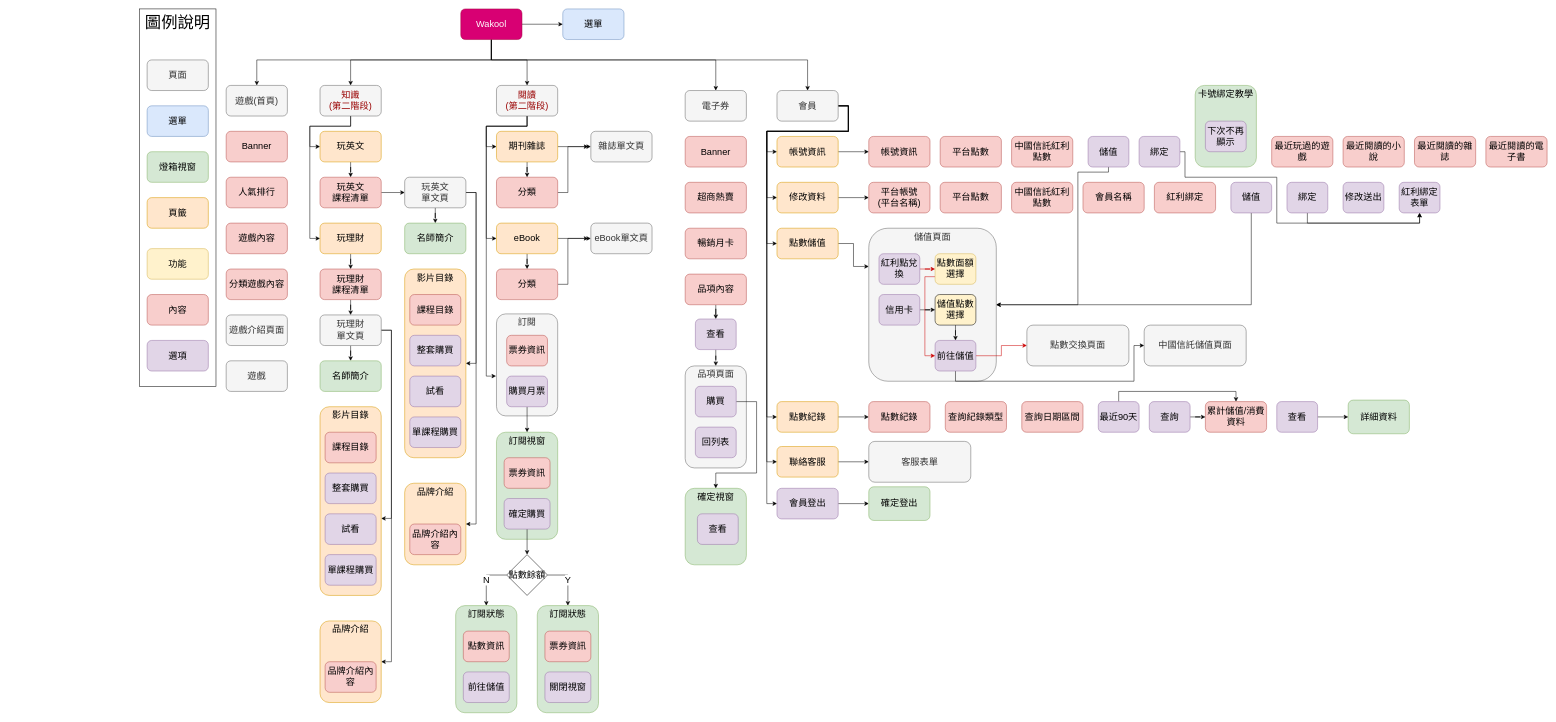
Earlier version of the draw.io diagram page "sitemap-1117" (3 of 3) of 亞太天天玩.drawio (Cadmus-design/Diagrams). Source tidied: cells renumbered, new cells numbered last; positions are measured from the earlier drawing's top-left corner, leaving out a move shared by most shapes. Both pictures are drawn from the tidied source at 51%, with x=0, y=0 at pixel (139, 9).
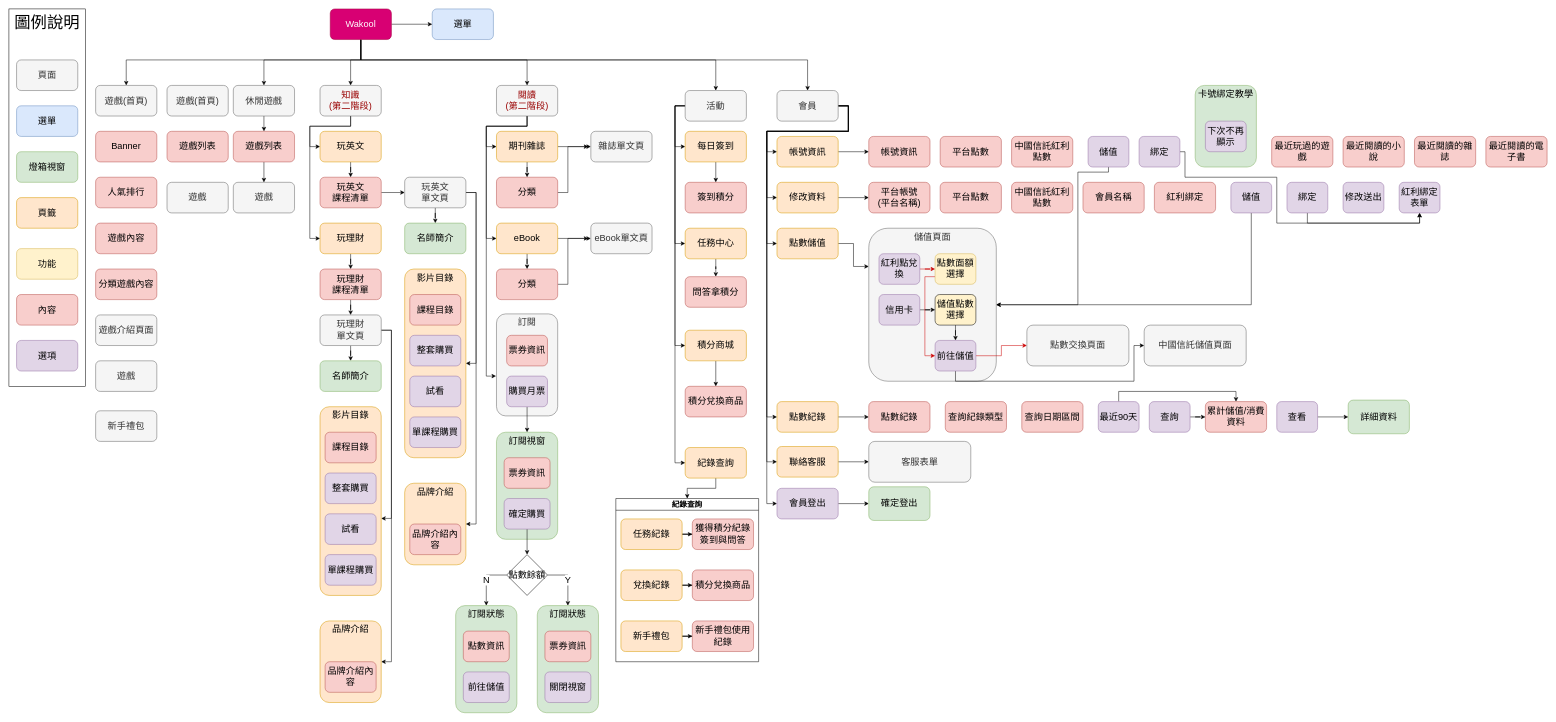
Above is the later version.

Unchanged cells that the change refers to:
```xml
<mxCell id="11" value="&lt;div&gt;知識&lt;/div&gt;&lt;div&gt;(第二階段)&lt;/div&gt;" style="rounded=1;whiteSpace=wrap;html=1;fillColor=#f5f5f5;strokeColor=#666666;fontSize=18;fontColor=#990000;" parent="1" vertex="1">
  <mxGeometry x="354" y="150" width="120" height="60" as="geometry" />
</mxCell>
<mxCell id="15" value="&lt;div&gt;閱讀&lt;/div&gt;&lt;div&gt;(第二階段)&lt;/div&gt;" style="rounded=1;whiteSpace=wrap;html=1;fillColor=#f5f5f5;strokeColor=#666666;fontSize=18;fontColor=#990000;" parent="1" vertex="1">
  <mxGeometry x="700" y="150" width="120" height="60" as="geometry" />
</mxCell>
<mxCell id="23" value="會員" style="rounded=1;whiteSpace=wrap;html=1;fillColor=#f5f5f5;strokeColor=#666666;fontSize=18;fontColor=#333333;" parent="1" vertex="1">
  <mxGeometry x="1250" y="160" width="120" height="60" as="geometry" />
</mxCell>
```

What changed in the source:
```diff
@@
     <mxCell id="2" value="圖例說明" style="rounded=0;whiteSpace=wrap;html=1;strokeColor=#000000;verticalAlign=top;fontSize=32;" parent="1" vertex="1">
-      <mxGeometry width="150" height="740" as="geometry" />
+      <mxGeometry x="-256" width="150" height="740" as="geometry" />
     </mxCell>
     <mxCell id="3" value="頁面" style="rounded=1;whiteSpace=wrap;html=1;fillColor=#f5f5f5;fontColor=#333333;strokeColor=#666666;fontSize=18;" parent="1" vertex="1">
-      <mxGeometry x="15" y="100" width="120" height="60" as="geometry" />
+      <mxGeometry x="-241" y="100" width="120" height="60" as="geometry" />
     </mxCell>
     <mxCell id="4" value="選單" style="rounded=1;whiteSpace=wrap;html=1;fillColor=#dae8fc;strokeColor=#6c8ebf;fontSize=18;" parent="1" vertex="1">
-      <mxGeometry x="830" width="120" height="60" as="geometry" />
+      <mxGeometry x="574" width="120" height="60" as="geometry" />
     </mxCell>
     <mxCell id="5" value="燈箱視窗" style="rounded=1;whiteSpace=wrap;html=1;fillColor=#d5e8d4;strokeColor=#82b366;fontSize=18;" parent="1" vertex="1">
-      <mxGeometry x="15" y="280" width="120" height="60" as="geometry" />
+      <mxGeometry x="-241" y="280" width="120" height="60" as="geometry" />
     </mxCell>
     <mxCell id="6" value="頁籤" style="rounded=1;whiteSpace=wrap;html=1;fillColor=#ffe6cc;strokeColor=#d79b00;fontSize=18;" parent="1" vertex="1">
-      <mxGeometry x="15" y="370" width="120" height="60" as="geometry" />
+      <mxGeometry x="-241" y="370" width="120" height="60" as="geometry" />
     </mxCell>
     <mxCell id="7" value="功能" style="rounded=1;whiteSpace=wrap;html=1;fillColor=#fff2cc;strokeColor=#d6b656;fontSize=18;" parent="1" vertex="1">
-      <mxGeometry x="15" y="470" width="120" height="60" as="geometry" />
+      <mxGeometry x="-241" y="470" width="120" height="60" as="geometry" />
     </mxCell>
     <mxCell id="8" value="遊戲(首頁)" style="rounded=1;whiteSpace=wrap;html=1;fillColor=#f5f5f5;strokeColor=#666666;fontSize=18;fontColor=#333333;" parent="1" vertex="1">
-      <mxGeometry x="170" y="150" width="120" height="60" as="geometry" />
+      <mxGeometry x="-86" y="150" width="120" height="60" as="geometry" />
     </mxCell>
@@
+    <mxCell id="180" style="edgeStyle=orthogonalEdgeStyle;rounded=0;jettySize=auto;html=1;exitX=0;exitY=0.5;exitDx=0;exitDy=0;entryX=0;entryY=0.5;entryDx=0;entryDy=0;" parent="1" edge="1" source="16" target="189">
+      <mxGeometry relative="1" as="geometry" />
+    </mxCell>
+    <mxCell id="181" style="edgeStyle=orthogonalEdgeStyle;rounded=0;jettySize=auto;html=1;exitX=0;exitY=0.5;exitDx=0;exitDy=0;entryX=0;entryY=0.5;entryDx=0;entryDy=0;" parent="1" edge="1" source="16" target="191">
+      <mxGeometry relative="1" as="geometry" />
+    </mxCell>
+    <mxCell id="182" style="edgeStyle=orthogonalEdgeStyle;rounded=0;jettySize=auto;html=1;exitX=0;exitY=0.5;exitDx=0;exitDy=0;entryX=0;entryY=0.5;entryDx=0;entryDy=0;" parent="1" edge="1" source="16" target="193">
+      <mxGeometry relative="1" as="geometry" />
+    </mxCell>
+    <mxCell id="183" style="edgeStyle=orthogonalEdgeStyle;rounded=0;jettySize=auto;html=1;exitX=0;exitY=0.5;exitDx=0;exitDy=0;entryX=0;entryY=0.5;entryDx=0;entryDy=0;fontSize=15;" parent="1" edge="1" source="16" target="197">
+      <mxGeometry relative="1" as="geometry" />
+    </mxCell>
-    <mxCell id="16" value="電子券" style="rounded=1;whiteSpace=wrap;html=1;fillColor=#f5f5f5;strokeColor=#666666;fontSize=18;fontColor=#333333;" parent="1" vertex="1">
+    <mxCell id="16" value="活動" style="rounded=1;whiteSpace=wrap;html=1;fillColor=#f5f5f5;strokeColor=#666666;fontSize=18;fontColor=#333333;" parent="1" vertex="1">
       <mxGeometry x="1070" y="160" width="120" height="60" as="geometry" />
     </mxCell>
@@
     <mxCell id="24" style="edgeStyle=orthogonalEdgeStyle;rounded=0;jettySize=auto;html=1;exitX=0.5;exitY=1;exitDx=0;exitDy=0;fontSize=18;" parent="1" edge="1" source="30" target="8">
       <mxGeometry relative="1" as="geometry">
         <Array as="points">
-          <mxPoint x="690" y="100" />
-          <mxPoint x="230" y="100" />
+          <mxPoint x="434" y="100" />
+          <mxPoint x="-26" y="100" />
         </Array>
       </mxGeometry>
     </mxCell>
-    <mxCell id="25" style="edgeStyle=orthogonalEdgeStyle;rounded=0;jettySize=auto;html=1;exitX=0.5;exitY=1;exitDx=0;exitDy=0;fontSize=18;" parent="1" edge="1" source="30" target="11">
+    <mxCell id="25" style="edgeStyle=orthogonalEdgeStyle;rounded=0;jettySize=auto;html=1;exitX=0.5;exitY=1;exitDx=0;exitDy=0;fontSize=18;entryX=0.5;entryY=0;entryDx=0;entryDy=0;" parent="1" edge="1" source="30" target="11">
       <mxGeometry relative="1" as="geometry">
         <Array as="points">
-          <mxPoint x="690" y="100" />
+          <mxPoint x="434" y="100" />
           <mxPoint x="414" y="100" />
         </Array>
       </mxGeometry>
     </mxCell>
     <mxCell id="26" style="edgeStyle=orthogonalEdgeStyle;rounded=0;jettySize=auto;html=1;exitX=0.5;exitY=1;exitDx=0;exitDy=0;fontSize=18;" parent="1" edge="1" source="30" target="15">
       <mxGeometry relative="1" as="geometry">
         <Array as="points">
-          <mxPoint x="690" y="100" />
+          <mxPoint x="434" y="100" />
           <mxPoint x="760" y="100" />
         </Array>
       </mxGeometry>
     </mxCell>
     <mxCell id="27" style="edgeStyle=orthogonalEdgeStyle;rounded=0;jettySize=auto;html=1;exitX=0.5;exitY=1;exitDx=0;exitDy=0;entryX=0.5;entryY=0;entryDx=0;entryDy=0;fontSize=18;" parent="1" edge="1" source="30" target="16">
       <mxGeometry relative="1" as="geometry">
         <Array as="points">
-          <mxPoint x="690" y="100" />
+          <mxPoint x="434" y="100" />
           <mxPoint x="1130" y="100" />
         </Array>
       </mxGeometry>
     </mxCell>
     <mxCell id="28" style="edgeStyle=orthogonalEdgeStyle;rounded=0;jettySize=auto;html=1;exitX=0.5;exitY=1;exitDx=0;exitDy=0;fontSize=18;" parent="1" edge="1" source="30" target="23">
       <mxGeometry relative="1" as="geometry">
         <Array as="points">
-          <mxPoint x="690" y="100" />
+          <mxPoint x="434" y="100" />
           <mxPoint x="1310" y="100" />
         </Array>
       </mxGeometry>
     </mxCell>
@@
+    <mxCell id="184" style="edgeStyle=orthogonalEdgeStyle;rounded=0;jettySize=auto;html=1;exitX=0.5;exitY=1;exitDx=0;exitDy=0;entryX=0.5;entryY=0;entryDx=0;entryDy=0;" parent="1" edge="1" source="30" target="186">
+      <mxGeometry relative="1" as="geometry">
+        <Array as="points">
+          <mxPoint x="434" y="100" />
+          <mxPoint x="244" y="100" />
+        </Array>
+      </mxGeometry>
+    </mxCell>
     <mxCell id="30" value="Wakool" style="rounded=1;whiteSpace=wrap;html=1;fillColor=#d80073;fontColor=#ffffff;strokeColor=#A50040;fontSize=18;" parent="1" vertex="1">
-      <mxGeometry x="630" width="120" height="60" as="geometry" />
+      <mxGeometry x="374" width="120" height="60" as="geometry" />
     </mxCell>
     <mxCell id="31" value="內容" style="rounded=1;whiteSpace=wrap;html=1;fillColor=#f8cecc;strokeColor=#b85450;fontSize=18;" parent="1" vertex="1">
-      <mxGeometry x="15" y="560" width="120" height="60" as="geometry" />
+      <mxGeometry x="-241" y="560" width="120" height="60" as="geometry" />
     </mxCell>
     <mxCell id="32" value="選項" style="rounded=1;whiteSpace=wrap;html=1;fillColor=#e1d5e7;strokeColor=#9673a6;fontSize=18;" parent="1" vertex="1">
-      <mxGeometry x="15" y="650" width="120" height="60" as="geometry" />
+      <mxGeometry x="-241" y="650" width="120" height="60" as="geometry" />
     </mxCell>
@@
     <mxCell id="67" style="group;" parent="1" vertex="1">
-      <mxGeometry x="170" y="240" width="120" height="330" as="geometry" />
+      <mxGeometry x="-86" y="240" width="120" height="330" as="geometry" />
     </mxCell>
@@
-    <mxCell id="101" value="Banner" style="rounded=1;whiteSpace=wrap;html=1;fillColor=#f8cecc;strokeColor=#b85450;fontSize=18;" parent="1" vertex="1">
-      <mxGeometry x="1070" y="250" width="120" height="60" as="geometry" />
-    </mxCell>
-    <mxCell id="102" value="超商熱賣" style="rounded=1;whiteSpace=wrap;html=1;fillColor=#f8cecc;strokeColor=#b85450;fontSize=18;" parent="1" vertex="1">
-      <mxGeometry x="1070" y="340" width="120" height="60" as="geometry" />
-    </mxCell>
-    <mxCell id="103" value="暢銷月卡" style="rounded=1;whiteSpace=wrap;html=1;fillColor=#f8cecc;strokeColor=#b85450;fontSize=18;" parent="1" vertex="1">
-      <mxGeometry x="1070" y="430" width="120" height="60" as="geometry" />
-    </mxCell>
-    <mxCell id="104" style="edgeStyle=orthogonalEdgeStyle;rounded=0;jettySize=auto;html=1;" parent="1" edge="1" source="105" target="107">
-      <mxGeometry relative="1" as="geometry" />
-    </mxCell>
-    <mxCell id="105" value="品項內容" style="rounded=1;whiteSpace=wrap;html=1;fillColor=#f8cecc;strokeColor=#b85450;fontSize=18;" parent="1" vertex="1">
-      <mxGeometry x="1070" y="520" width="120" height="60" as="geometry" />
-    </mxCell>
-    <mxCell id="106" style="edgeStyle=orthogonalEdgeStyle;rounded=0;jettySize=auto;html=1;" parent="1" edge="1" source="107" target="108">
-      <mxGeometry relative="1" as="geometry" />
-    </mxCell>
-    <mxCell id="107" value="查看" style="rounded=1;whiteSpace=wrap;html=1;fillColor=#e1d5e7;strokeColor=#9673a6;fontSize=18;" parent="1" vertex="1">
-      <mxGeometry x="1090" y="608" width="80" height="60" as="geometry" />
-    </mxCell>
-    <mxCell id="108" value="品項頁面" style="rounded=1;whiteSpace=wrap;html=1;fillColor=#f5f5f5;fontColor=#333333;strokeColor=#666666;fontSize=18;verticalAlign=top;" parent="1" vertex="1">
-      <mxGeometry x="1070" y="700" width="120" height="200" as="geometry" />
-    </mxCell>
-    <mxCell id="109" style="edgeStyle=orthogonalEdgeStyle;rounded=0;jettySize=auto;html=1;exitX=1;exitY=0.5;exitDx=0;exitDy=0;entryX=0.5;entryY=0;entryDx=0;entryDy=0;" parent="1" edge="1" source="110" target="112">
-      <mxGeometry relative="1" as="geometry">
-        <Array as="points">
-          <mxPoint x="1210" y="770" />
-          <mxPoint x="1210" y="910" />
-          <mxPoint x="1130" y="910" />
-        </Array>
-      </mxGeometry>
-    </mxCell>
-    <mxCell id="110" value="購買" style="rounded=1;whiteSpace=wrap;html=1;fillColor=#e1d5e7;strokeColor=#9673a6;fontSize=18;" parent="1" vertex="1">
-      <mxGeometry x="1090" y="740" width="80" height="60" as="geometry" />
-    </mxCell>
-    <mxCell id="111" value="回列表" style="rounded=1;whiteSpace=wrap;html=1;fillColor=#e1d5e7;strokeColor=#9673a6;fontSize=18;" parent="1" vertex="1">
-      <mxGeometry x="1090" y="820" width="80" height="60" as="geometry" />
-    </mxCell>
-    <mxCell id="112" value="確定視窗" style="rounded=1;whiteSpace=wrap;html=1;fillColor=#d5e8d4;strokeColor=#82b366;fontSize=18;verticalAlign=top;" parent="1" vertex="1">
-      <mxGeometry x="1070" y="940" width="120" height="150" as="geometry" />
-    </mxCell>
-    <mxCell id="113" value="查看" style="rounded=1;whiteSpace=wrap;html=1;fillColor=#e1d5e7;strokeColor=#9673a6;fontSize=18;" parent="1" vertex="1">
-      <mxGeometry x="1094" y="990" width="80" height="60" as="geometry" />
-    </mxCell>
@@
     <mxCell id="121" value="選單" style="rounded=1;whiteSpace=wrap;html=1;fillColor=#dae8fc;strokeColor=#6c8ebf;fontSize=18;" parent="1" vertex="1">
-      <mxGeometry x="15" y="190" width="120" height="60" as="geometry" />
+      <mxGeometry x="-241" y="190" width="120" height="60" as="geometry" />
     </mxCell>
@@
     <mxCell id="178" value="遊戲介紹頁面" style="rounded=1;whiteSpace=wrap;html=1;fillColor=#f5f5f5;strokeColor=#666666;fontSize=18;fontColor=#333333;" parent="1" vertex="1">
-      <mxGeometry x="170" y="600" width="120" height="60" as="geometry" />
+      <mxGeometry x="-86" y="600" width="120" height="60" as="geometry" />
     </mxCell>
     <mxCell id="179" value="遊戲" style="rounded=1;whiteSpace=wrap;html=1;fillColor=#f5f5f5;strokeColor=#666666;fontSize=18;fontColor=#333333;" parent="1" vertex="1">
-      <mxGeometry x="170" y="690" width="120" height="60" as="geometry" />
+      <mxGeometry x="-86" y="690" width="120" height="60" as="geometry" />
     </mxCell>
+    <mxCell id="185" style="edgeStyle=orthogonalEdgeStyle;rounded=0;jettySize=auto;html=1;fontSize=15;" parent="1" edge="1" source="186">
+      <mxGeometry relative="1" as="geometry">
+        <mxPoint x="244.1" y="240" as="targetPoint" />
+      </mxGeometry>
+    </mxCell>
+    <mxCell id="186" value="休閒遊戲" style="rounded=1;whiteSpace=wrap;html=1;fillColor=#f5f5f5;strokeColor=#666666;fontSize=18;fontColor=#333333;" parent="1" vertex="1">
+      <mxGeometry x="184" y="150" width="120" height="60" as="geometry" />
+    </mxCell>
+    <mxCell id="187" value="遊戲" style="rounded=1;whiteSpace=wrap;html=1;fillColor=#f5f5f5;strokeColor=#666666;fontSize=18;fontColor=#333333;" parent="1" vertex="1">
+      <mxGeometry x="184" y="340" width="120" height="60" as="geometry" />
+    </mxCell>
+    <mxCell id="188" style="edgeStyle=orthogonalEdgeStyle;rounded=0;jettySize=auto;html=1;" parent="1" edge="1" source="189" target="194">
+      <mxGeometry relative="1" as="geometry" />
+    </mxCell>
+    <mxCell id="189" value="每日簽到" style="rounded=1;whiteSpace=wrap;html=1;fillColor=#ffe6cc;strokeColor=#d79b00;fontSize=18;" parent="1" vertex="1">
+      <mxGeometry x="1070" y="240" width="120" height="60" as="geometry" />
+    </mxCell>
+    <mxCell id="190" style="edgeStyle=orthogonalEdgeStyle;rounded=0;jettySize=auto;html=1;" parent="1" edge="1" source="191" target="195">
+      <mxGeometry relative="1" as="geometry" />
+    </mxCell>
+    <mxCell id="191" value="任務中心" style="rounded=1;whiteSpace=wrap;html=1;fillColor=#ffe6cc;strokeColor=#d79b00;fontSize=18;" parent="1" vertex="1">
+      <mxGeometry x="1070" y="430" width="120" height="60" as="geometry" />
+    </mxCell>
+    <mxCell id="192" style="edgeStyle=orthogonalEdgeStyle;rounded=0;jettySize=auto;html=1;" parent="1" edge="1" source="193" target="198">
+      <mxGeometry relative="1" as="geometry" />
+    </mxCell>
+    <mxCell id="193" value="積分商城" style="rounded=1;whiteSpace=wrap;html=1;fillColor=#ffe6cc;strokeColor=#d79b00;fontSize=18;" parent="1" vertex="1">
+      <mxGeometry x="1070" y="630" width="120" height="60" as="geometry" />
+    </mxCell>
+    <mxCell id="194" value="簽到積分" style="rounded=1;whiteSpace=wrap;html=1;fillColor=#f8cecc;strokeColor=#b85450;fontSize=18;" parent="1" vertex="1">
+      <mxGeometry x="1070" y="340" width="120" height="60" as="geometry" />
+    </mxCell>
+    <mxCell id="195" value="問答拿積分" style="rounded=1;whiteSpace=wrap;html=1;fillColor=#f8cecc;strokeColor=#b85450;fontSize=18;" parent="1" vertex="1">
+      <mxGeometry x="1070" y="525" width="120" height="60" as="geometry" />
+    </mxCell>
+    <mxCell id="196" style="edgeStyle=orthogonalEdgeStyle;rounded=0;jettySize=auto;html=1;exitX=0.5;exitY=1;exitDx=0;exitDy=0;entryX=0.5;entryY=0;entryDx=0;entryDy=0;fontSize=15;" parent="1" edge="1" source="197" target="199">
+      <mxGeometry relative="1" as="geometry" />
+    </mxCell>
+    <mxCell id="197" value="紀錄查詢" style="rounded=1;whiteSpace=wrap;html=1;fillColor=#ffe6cc;strokeColor=#d79b00;fontSize=18;" parent="1" vertex="1">
+      <mxGeometry x="1070" y="860" width="120" height="60" as="geometry" />
+    </mxCell>
+    <mxCell id="198" value="積分兌換商品" style="rounded=1;whiteSpace=wrap;html=1;fillColor=#f8cecc;strokeColor=#b85450;fontSize=18;" parent="1" vertex="1">
+      <mxGeometry x="1070" y="740" width="120" height="60" as="geometry" />
+    </mxCell>
+    <mxCell id="199" value="紀錄查詢" style="swimlane;fontSize=15;" parent="1" vertex="1">
+      <mxGeometry x="934" y="960" width="280" height="320" as="geometry" />
+    </mxCell>
+    <mxCell id="200" style="edgeStyle=orthogonalEdgeStyle;rounded=0;jettySize=auto;html=1;fontSize=15;" parent="199" edge="1" source="201" target="202">
+      <mxGeometry relative="1" as="geometry" />
+    </mxCell>
+    <mxCell id="201" value="任務紀錄" style="rounded=1;whiteSpace=wrap;html=1;fillColor=#ffe6cc;strokeColor=#d79b00;fontSize=18;" parent="199" vertex="1">
+      <mxGeometry x="10" y="40" width="120" height="60" as="geometry" />
+    </mxCell>
+    <mxCell id="202" value="&lt;div&gt;獲得積分紀錄&lt;/div&gt;&lt;div&gt;簽到與問答&lt;br&gt;&lt;/div&gt;" style="rounded=1;whiteSpace=wrap;html=1;fillColor=#f8cecc;strokeColor=#b85450;fontSize=18;" parent="199" vertex="1">
+      <mxGeometry x="150" y="40" width="120" height="60" as="geometry" />
+    </mxCell>
+    <mxCell id="203" style="edgeStyle=orthogonalEdgeStyle;rounded=0;jettySize=auto;html=1;fontSize=15;" parent="199" edge="1" source="204" target="207">
+      <mxGeometry relative="1" as="geometry" />
+    </mxCell>
+    <mxCell id="204" value="兌換紀錄" style="rounded=1;whiteSpace=wrap;html=1;fillColor=#ffe6cc;strokeColor=#d79b00;fontSize=18;" parent="199" vertex="1">
+      <mxGeometry x="10" y="140" width="120" height="60" as="geometry" />
+    </mxCell>
+    <mxCell id="205" style="edgeStyle=orthogonalEdgeStyle;rounded=0;jettySize=auto;html=1;fontSize=15;" parent="199" edge="1" source="206" target="208">
+      <mxGeometry relative="1" as="geometry" />
+    </mxCell>
+    <mxCell id="206" value="新手禮包" style="rounded=1;whiteSpace=wrap;html=1;fillColor=#ffe6cc;strokeColor=#d79b00;fontSize=18;" parent="199" vertex="1">
+      <mxGeometry x="10" y="240" width="120" height="60" as="geometry" />
+    </mxCell>
+    <mxCell id="207" value="&lt;div&gt;積分兌換商品&lt;/div&gt;" style="rounded=1;whiteSpace=wrap;html=1;fillColor=#f8cecc;strokeColor=#b85450;fontSize=18;" parent="199" vertex="1">
+      <mxGeometry x="150" y="140" width="120" height="60" as="geometry" />
+    </mxCell>
+    <mxCell id="208" value="新手禮包使用紀錄" style="rounded=1;whiteSpace=wrap;html=1;fillColor=#f8cecc;strokeColor=#b85450;fontSize=18;" parent="199" vertex="1">
+      <mxGeometry x="150" y="240" width="120" height="60" as="geometry" />
+    </mxCell>
+    <mxCell id="209" value="新手禮包" style="rounded=1;whiteSpace=wrap;html=1;fillColor=#f5f5f5;strokeColor=#666666;fontSize=18;fontColor=#333333;" parent="1" vertex="1">
+      <mxGeometry x="-86" y="788" width="120" height="60" as="geometry" />
+    </mxCell>
+    <mxCell id="210" style="edgeStyle=orthogonalEdgeStyle;rounded=0;jettySize=auto;html=1;fontSize=15;" parent="1" edge="1" source="211" target="187">
+      <mxGeometry relative="1" as="geometry" />
+    </mxCell>
+    <mxCell id="211" value="遊戲列表" style="rounded=1;whiteSpace=wrap;html=1;fillColor=#f8cecc;strokeColor=#b85450;fontSize=18;" parent="1" vertex="1">
+      <mxGeometry x="184" y="240" width="120" height="60" as="geometry" />
+    </mxCell>
+    <mxCell id="212" value="遊戲(首頁)" style="rounded=1;whiteSpace=wrap;html=1;fillColor=#f5f5f5;strokeColor=#666666;fontSize=18;fontColor=#333333;" parent="1" vertex="1">
+      <mxGeometry x="54" y="150" width="120" height="60" as="geometry" />
+    </mxCell>
+    <mxCell id="213" value="遊戲" style="rounded=1;whiteSpace=wrap;html=1;fillColor=#f5f5f5;strokeColor=#666666;fontSize=18;fontColor=#333333;" parent="1" vertex="1">
+      <mxGeometry x="54" y="340" width="120" height="60" as="geometry" />
+    </mxCell>
+    <mxCell id="214" value="遊戲列表" style="rounded=1;whiteSpace=wrap;html=1;fillColor=#f8cecc;strokeColor=#b85450;fontSize=18;" parent="1" vertex="1">
+      <mxGeometry x="54" y="240" width="120" height="60" as="geometry" />
+    </mxCell>
```
